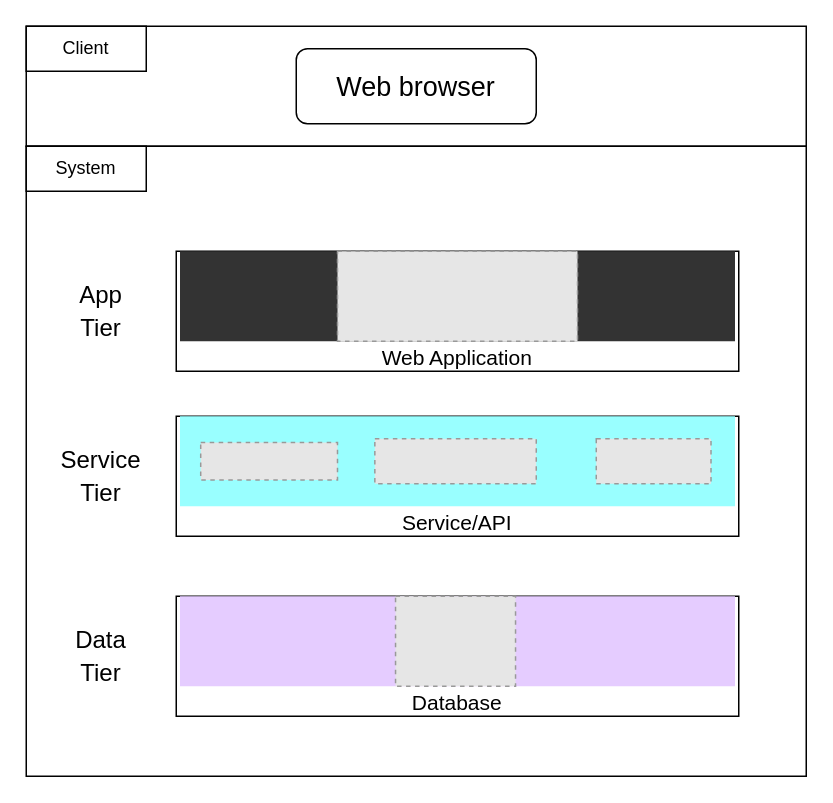
The draw.io diagram CE_project_diagram/3-tier_architecture.drawio in phlpat/test_repo, before the edit. Source tidied: cells renumbered, new cells numbered last; positions are measured from the earlier drawing's top-left corner, leaving out a move shared by most shapes. Both pictures are drawn from the tidied source at 150%, with x=0, y=0 at pixel (26, 26). Pictures stored in the file or linked from it are replaced by grey dashed boxes.
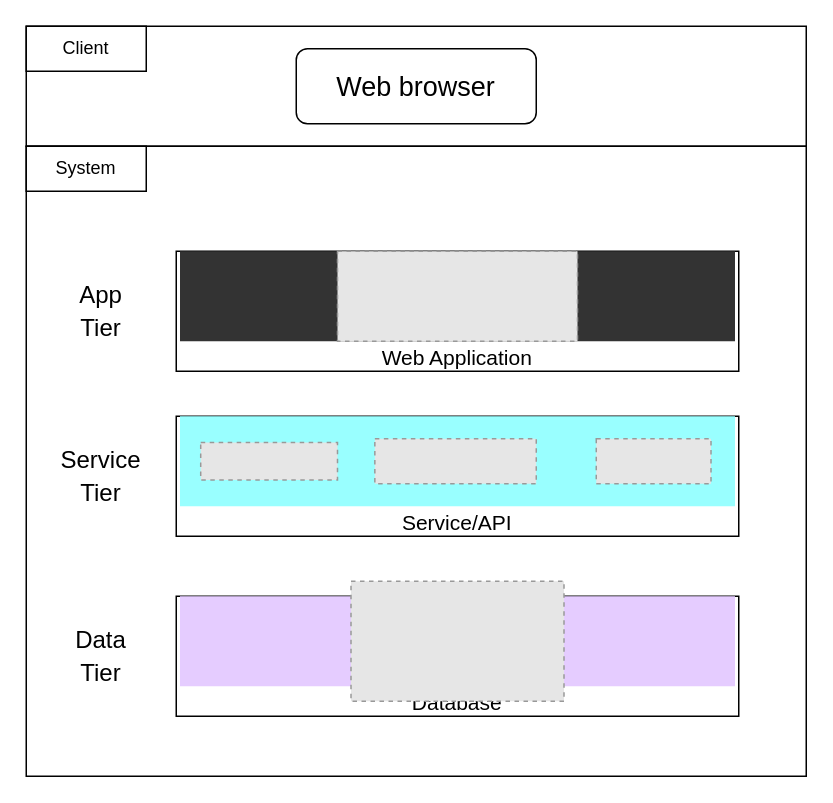
After the change.

The edit, as a diff of the source:
```diff
@@
-    <mxCell id="22" style="fillColor=#E6E6E6;strokeColor=#999999;dashed=1;verticalLabelPosition=bottom;verticalAlign=top;fontSize=14;fontColor=#99FFFF;" parent="1" vertex="1">
-      <mxGeometry x="246.2" y="380" width="80" height="60" as="geometry" />
-    </mxCell>
@@
+    <mxCell id="24" style="fillColor=#E6E6E6;strokeColor=#999999;dashed=1;verticalLabelPosition=bottom;verticalAlign=top;" parent="1" vertex="1">
+      <mxGeometry x="216.5" y="370" width="142" height="80" as="geometry" />
+    </mxCell>
```
